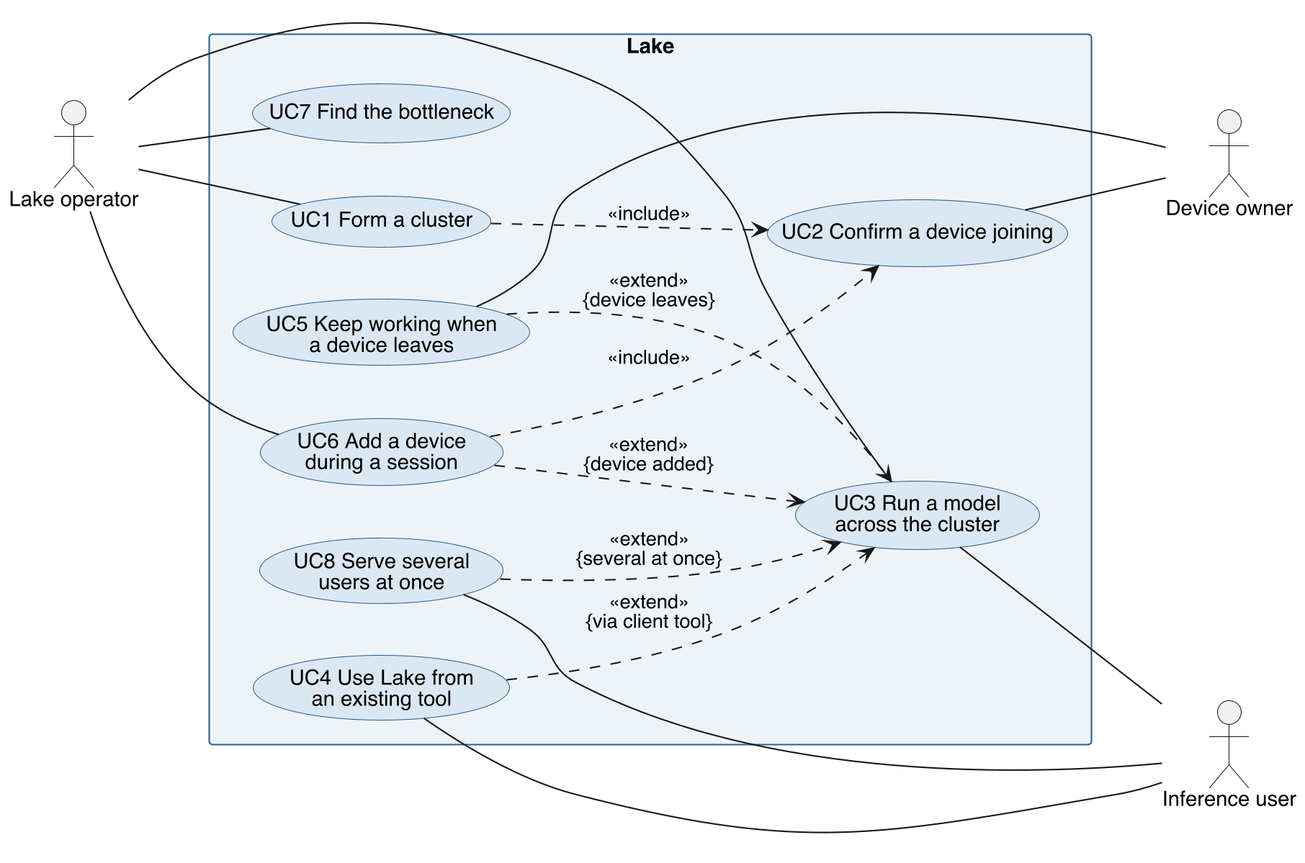
Before: docs/SRS/g5_usecase.png, a diagram exported from PlantUML (capstoneCEGJM/Lake).
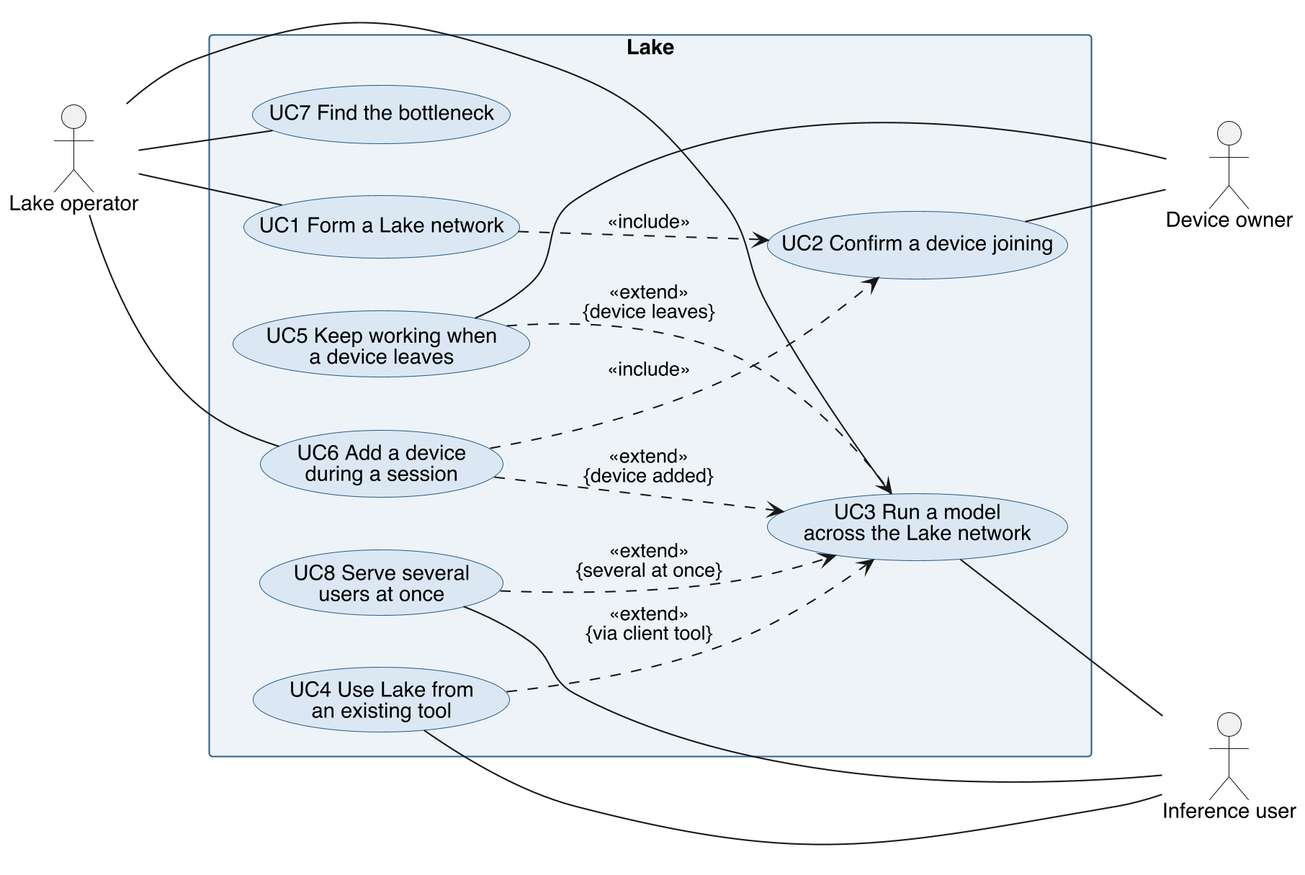
Later version of the same file.

What changed in the source:
```diff
@@ -17,10 +17,10 @@
 actor "Inference user" as User
 
 rectangle "Lake" as System {
-  usecase "UC1 Form a cluster" as UC1
+  usecase "UC1 Form a Lake network" as UC1
   usecase "UC6 Add a device\nduring a session" as UC6
   usecase "UC2 Confirm a device joining" as UC2
-  usecase "UC3 Run a model\nacross the cluster" as UC3
+  usecase "UC3 Run a model\nacross the Lake network" as UC3
   usecase "UC5 Keep working when\na device leaves" as UC5
   usecase "UC4 Use Lake from\nan existing tool" as UC4
   usecase "UC7 Find the bottleneck" as UC7
```
